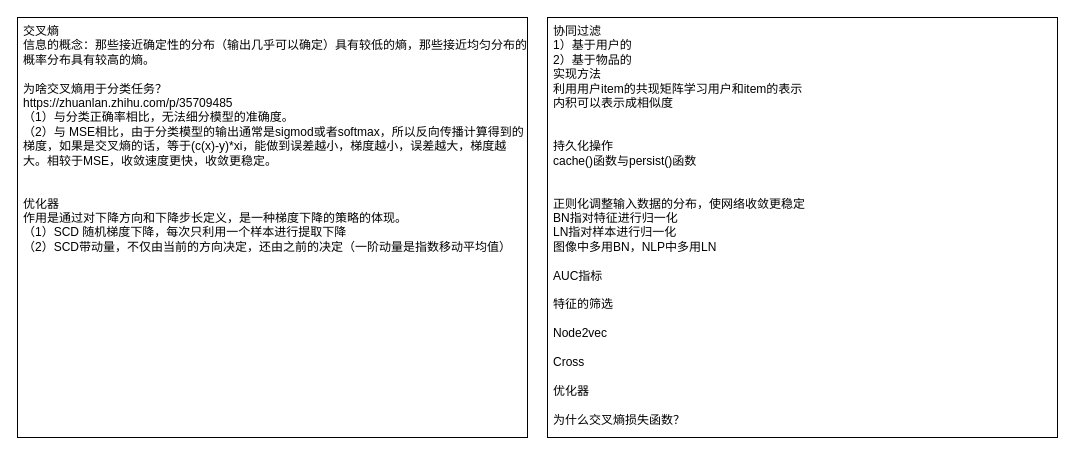
The draw.io diagram 推荐八股.drawio in limpid-11/drawio, before the edit. Source tidied: cells renumbered, new cells numbered last; positions are measured from the earlier drawing's top-left corner, leaving out a move shared by most shapes. Both pictures are drawn from the tidied source at 100%, with x=0, y=0 at pixel (17, 17).
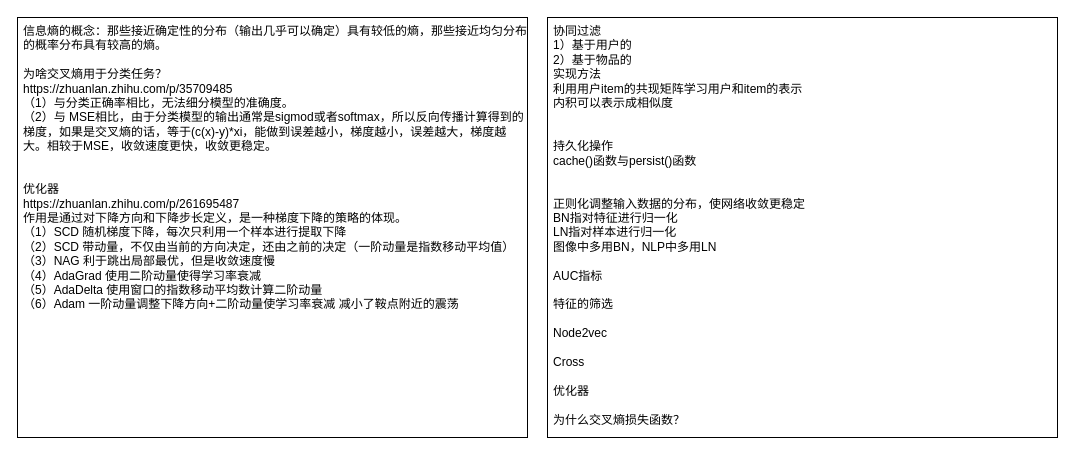
Above is the later version.

Commit message:
更新推荐八股.drawio

Change to the diagram source:
```diff
@@
 <mxGraphModel>
   <root>
     <mxCell id="0" />
     <mxCell id="1" parent="0" />
     <mxCell id="2" value="协同过滤&lt;div&gt;1）基于用户的&lt;/div&gt;&lt;div&gt;2）基于物品的&lt;/div&gt;&lt;div&gt;实现方法&lt;/div&gt;&lt;div&gt;利用用户item的共现矩阵学习用户和item的表示&lt;/div&gt;&lt;div&gt;内积可以表示成相似度&lt;/div&gt;&lt;div&gt;&lt;br&gt;&lt;/div&gt;&lt;div&gt;&lt;br&gt;&lt;/div&gt;&lt;div&gt;持久化操作&lt;/div&gt;&lt;div&gt;cache()函数与persist()函数&lt;/div&gt;&lt;div&gt;&lt;br&gt;&lt;/div&gt;&lt;div&gt;&lt;br&gt;&lt;/div&gt;&lt;div&gt;正则化调整输入数据的分布，使网络收敛更稳定&lt;/div&gt;&lt;div&gt;BN指对特征进行归一化&lt;/div&gt;&lt;div&gt;LN指对样本进行归一化&lt;/div&gt;&lt;div&gt;图像中多用BN，NLP中多用LN&lt;/div&gt;&lt;div&gt;&lt;br&gt;&lt;/div&gt;&lt;div&gt;AUC指标&lt;/div&gt;&lt;div&gt;&lt;br&gt;&lt;/div&gt;&lt;div&gt;特征的筛选&lt;/div&gt;&lt;div&gt;&lt;br&gt;&lt;/div&gt;&lt;div&gt;Node2vec&lt;/div&gt;&lt;div&gt;&lt;br&gt;&lt;/div&gt;&lt;div&gt;Cross&lt;/div&gt;&lt;div&gt;&lt;br&gt;&lt;/div&gt;&lt;div&gt;优化器&lt;/div&gt;&lt;div&gt;&lt;br&gt;&lt;/div&gt;&lt;div&gt;为什么交叉熵损失函数？&lt;/div&gt;" style="rounded=0;whiteSpace=wrap;html=1;align=left;verticalAlign=top;spacingLeft=4;" parent="1" vertex="1">
       <mxGeometry x="530" width="510" height="420" as="geometry" />
     </mxCell>
-    <mxCell id="3" value="交叉熵&lt;div&gt;信息的概念：那些接近确定性的分布（输出几乎可以确定）具有较低的熵，那些接近均匀分布的概率分布具有较高的熵。&lt;/div&gt;&lt;div&gt;&lt;br&gt;&lt;/div&gt;&lt;div&gt;为啥交叉熵用于分类任务？&lt;/div&gt;&lt;div&gt;https://zhuanlan.zhihu.com/p/35709485&lt;br&gt;&lt;/div&gt;&lt;div&gt;（1）与分类正确率相比，无法细分模型的准确度。&lt;/div&gt;&lt;div&gt;（2）与 MSE相比，由于分类模型的输出通常是sigmod或者softmax，所以反向传播计算得到的梯度，如果是交叉熵的话，等于(c(x)-y)*xi，能做到误差越小，梯度越小，误差越大，梯度越大。相较于MSE，收敛速度更快，收敛更稳定。&lt;/div&gt;&lt;div&gt;&lt;br&gt;&lt;/div&gt;&lt;div&gt;&lt;br&gt;&lt;/div&gt;&lt;div&gt;优化器&lt;/div&gt;&lt;div&gt;作用是通过对下降方向和下降步长定义，是一种梯度下降的策略的体现。&lt;/div&gt;&lt;div&gt;（1）SCD 随机梯度下降，每次只利用一个样本进行提取下降&lt;/div&gt;&lt;div&gt;（2）SCD带动量，不仅由当前的方向决定，还由之前的决定（一阶动量是指数移动平均值）&lt;/div&gt;&lt;div&gt;&lt;br&gt;&lt;/div&gt;&lt;div&gt;&lt;br&gt;&lt;/div&gt;" style="rounded=0;whiteSpace=wrap;html=1;align=left;verticalAlign=top;spacingLeft=4;" parent="1" vertex="1">
+    <mxCell id="3" value="&lt;div&gt;信息熵的概念：那些接近确定性的分布（输出几乎可以确定）具有较低的熵，那些接近均匀分布的概率分布具有较高的熵。&lt;/div&gt;&lt;div&gt;&lt;br&gt;&lt;/div&gt;&lt;div&gt;为啥交叉熵用于分类任务？&lt;/div&gt;&lt;div&gt;https://zhuanlan.zhihu.com/p/35709485&lt;br&gt;&lt;/div&gt;&lt;div&gt;（1）与分类正确率相比，无法细分模型的准确度。&lt;/div&gt;&lt;div&gt;（2）与 MSE相比，由于分类模型的输出通常是sigmod或者softmax，所以反向传播计算得到的梯度，如果是交叉熵的话，等于(c(x)-y)*xi，能做到误差越小，梯度越小，误差越大，梯度越大。相较于MSE，收敛速度更快，收敛更稳定。&lt;/div&gt;&lt;div&gt;&lt;br&gt;&lt;/div&gt;&lt;div&gt;&lt;br&gt;&lt;/div&gt;&lt;div&gt;优化器&lt;/div&gt;&lt;div&gt;https://zhuanlan.zhihu.com/p/261695487&lt;br&gt;&lt;/div&gt;&lt;div&gt;作用是通过对下降方向和下降步长定义，是一种梯度下降的策略的体现。&lt;/div&gt;&lt;div&gt;（1）SCD 随机梯度下降，每次只利用一个样本进行提取下降&lt;/div&gt;&lt;div&gt;（2）SCD 带动量，不仅由当前的方向决定，还由之前的决定（一阶动量是指数移动平均值）&lt;/div&gt;&lt;div&gt;（3）NAG 利于跳出局部最优，但是收敛速度慢&lt;/div&gt;&lt;div&gt;（4）AdaGrad 使用二阶动量使得学习率衰减&lt;/div&gt;&lt;div&gt;（5）AdaDelta 使用窗口的指数移动平均数计算二阶动量&lt;/div&gt;&lt;div&gt;（6）Adam 一阶动量调整下降方向+二阶动量使学习率衰减 减小了鞍点附近的震荡&lt;/div&gt;&lt;div&gt;&lt;br&gt;&lt;/div&gt;&lt;div&gt;&lt;br&gt;&lt;/div&gt;&lt;div&gt;&lt;br&gt;&lt;/div&gt;" style="rounded=0;whiteSpace=wrap;html=1;align=left;verticalAlign=top;spacingLeft=4;" parent="1" vertex="1">
       <mxGeometry width="510" height="420" as="geometry" />
     </mxCell>
   </root>
 </mxGraphModel>
```
